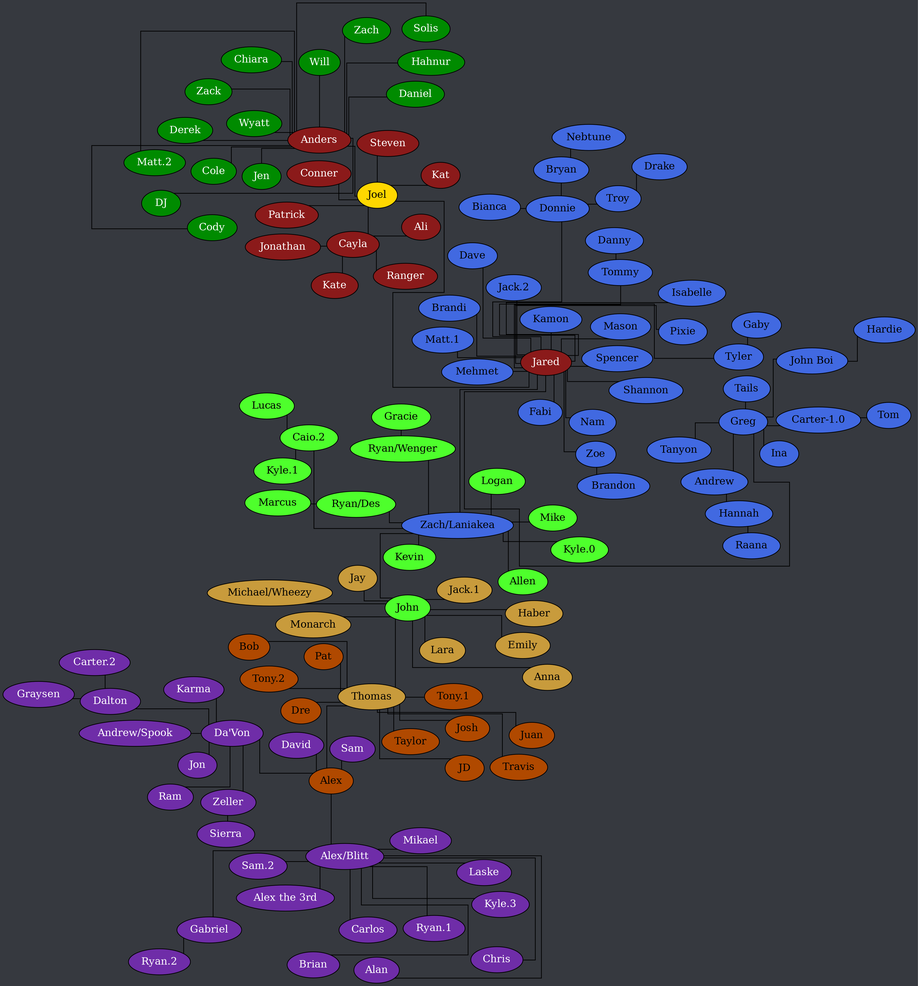
Before: tree.png, a diagram exported from Graphviz (Documidas/CoronaCatzFamilyTree). Its source is kept beside it as tree.dot.
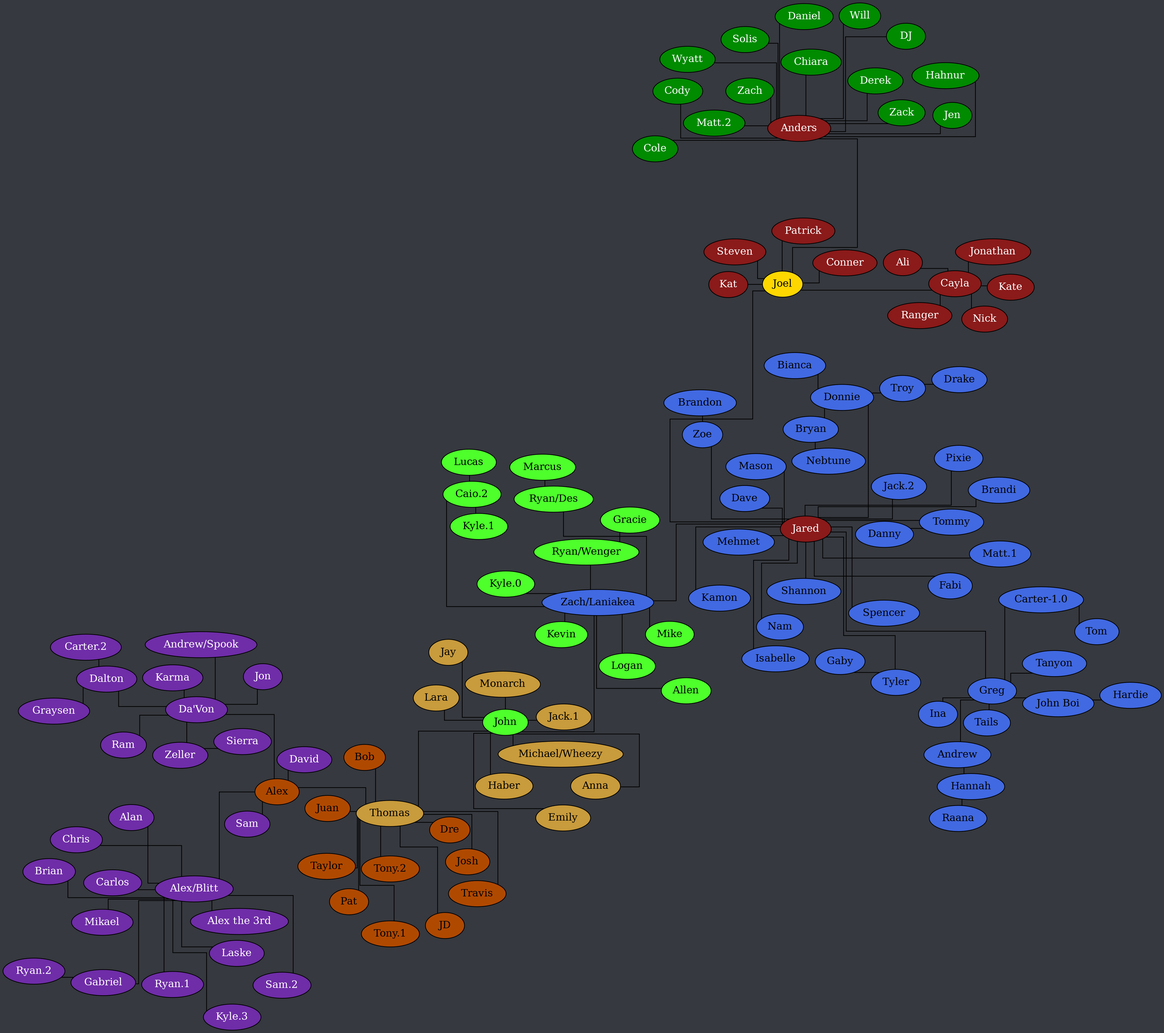
After the commit.

Diff of the diagram source:
```diff
@@ -18,6 +18,7 @@
 		Cayla -- Ali;
 		Cayla -- Jonathan;
 		Cayla -- Kate;
+		Cayla -- Nick;
 		Cayla -- Ranger;
 		Joel -- Anders;
 		Joel -- Cayla;
```
